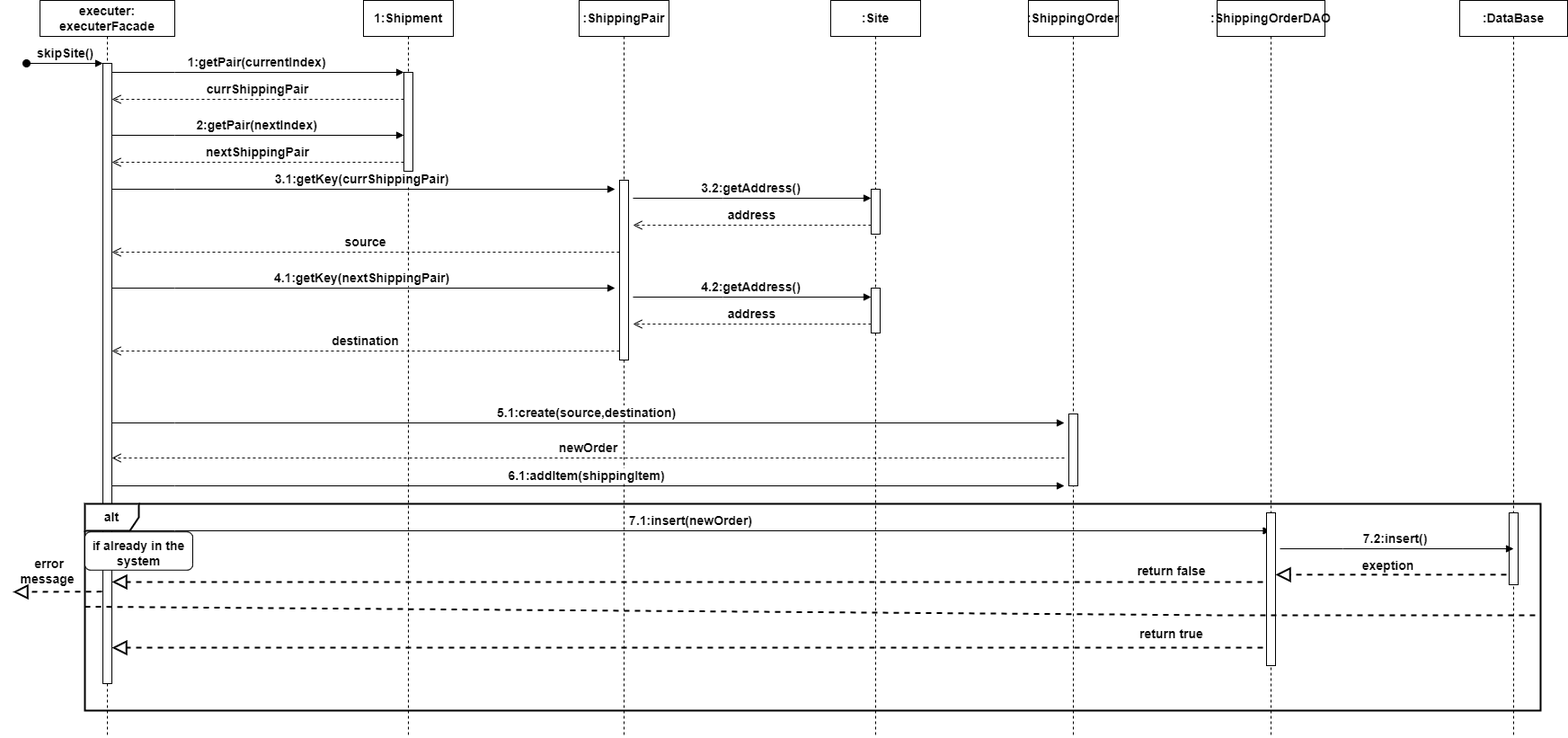
omerad1/drw keeps this draw.io diagram as C3- assign Driver.drawio.png. Above is the earlier version. Source tidied: cells renumbered, new cells last; positions are measured from the earlier drawing's top-left corner, leaving out a move shared by most shapes.
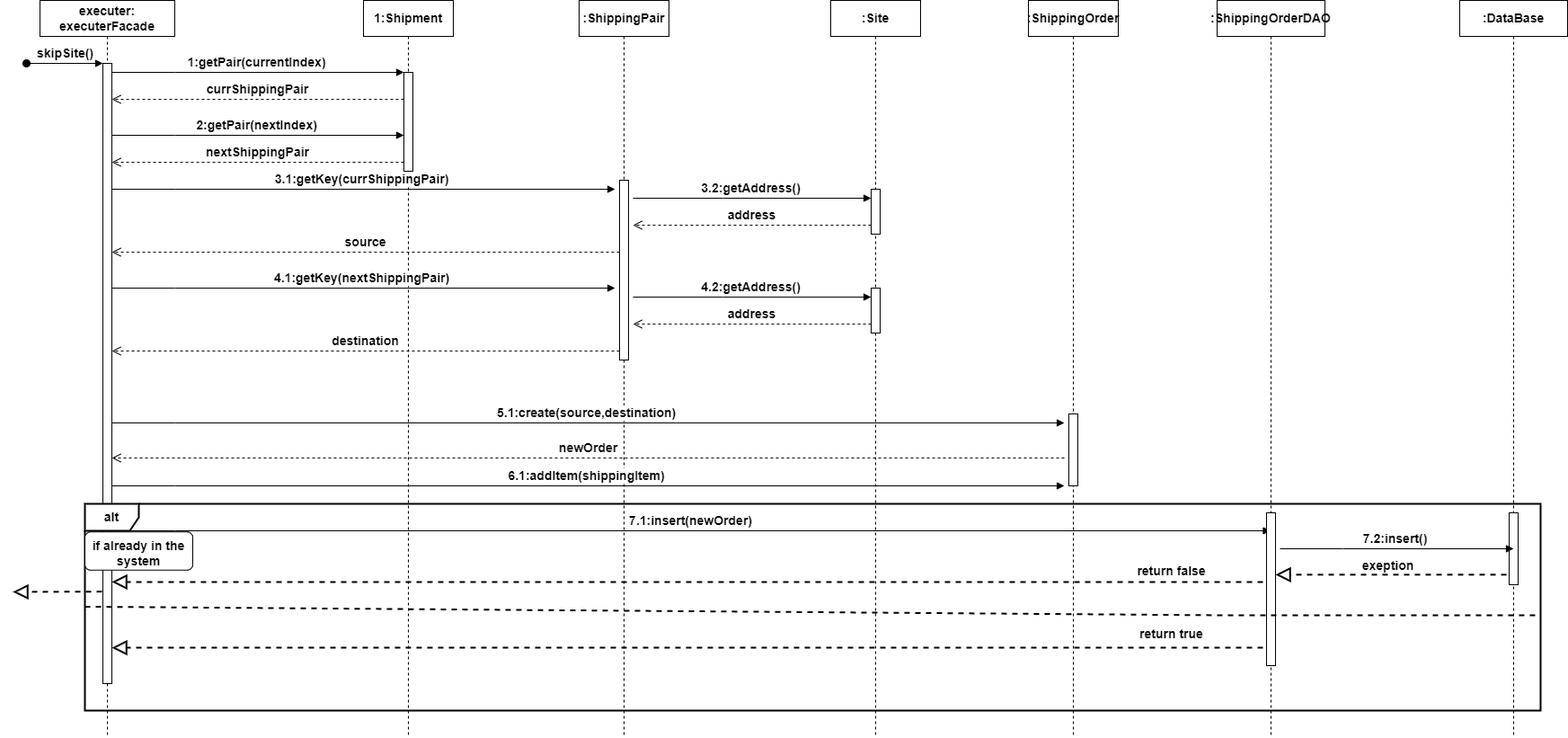
The same file after the commit.

The edit, as a diff of the source:
```diff
@@ -230,9 +230,6 @@
         <mxPoint y="658" as="targetPoint" />
       </mxGeometry>
     </mxCell>
-    <mxCell id="38" value="error message&amp;nbsp;" style="text;html=1;align=center;verticalAlign=middle;whiteSpace=wrap;rounded=0;fontStyle=1;strokeWidth=2;fontSize=14;rotation=0;" parent="1" vertex="1">
-      <mxGeometry x="1" y="606.9" width="79" height="56.2" as="geometry" />
-    </mxCell>
     <mxCell id="39" style="endArrow=block;dashed=1;endFill=0;endSize=12;html=1;rounded=0;fontStyle=1;strokeWidth=2;fontSize=14;" parent="1" edge="1" target="3">
       <mxGeometry relative="1" as="geometry">
         <mxPoint x="1391" y="646.9" as="sourcePoint" />
```
